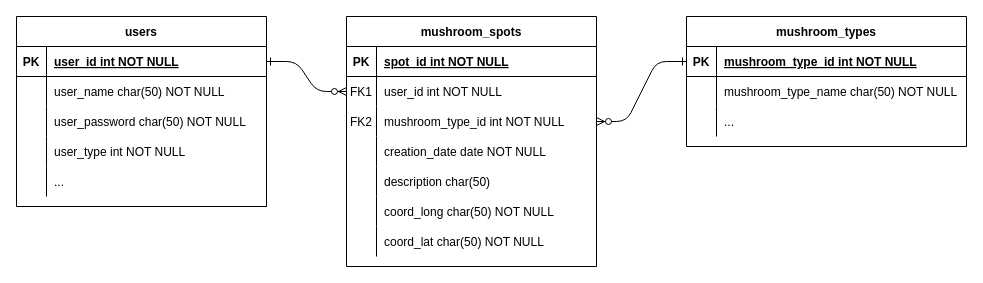
This is mushmap_db.drawio from dalibormrska/foraging_map, a draw.io file, before an edit. Source tidied: cells renumbered, new cells numbered last; positions are measured from the earlier drawing's top-left corner, leaving out a move shared by most shapes. Both pictures are drawn from the tidied source at 100%, with x=0, y=0 at pixel (16, 16).
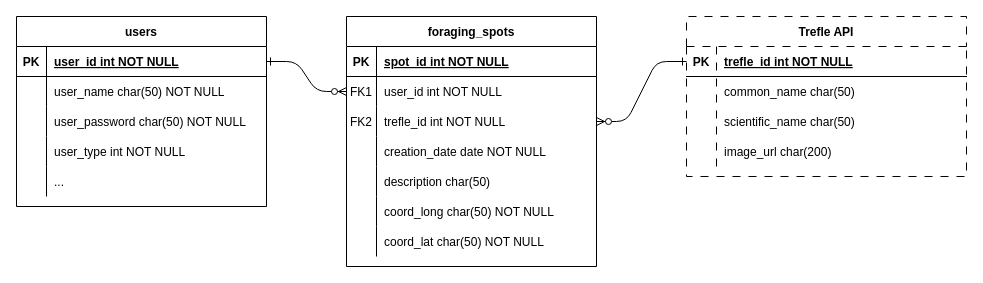
Above is the later version.

Unchanged cells that the change refers to:
```xml
<mxCell id="10" style="shape=partialRectangle;fillColor=none;points=[[0,0.5],[1,0.5]];portConstraint=eastwest;top=0;left=0;right=0;bottom=0;" parent="3" vertex="1">
  <mxGeometry y="90" width="250" height="30" as="geometry" />
</mxCell>
<mxCell id="26" style="shape=partialRectangle;fillColor=none;points=[[0,0.5],[1,0.5]];portConstraint=eastwest;top=0;left=0;right=0;bottom=1;" parent="25" vertex="1">
  <mxGeometry y="30" width="280" height="30" as="geometry" />
</mxCell>
<mxCell id="29" style="shape=partialRectangle;fillColor=none;top=0;left=0;right=0;bottom=0;" parent="25" vertex="1">
  <mxGeometry y="60" width="280" height="30" as="geometry" />
</mxCell>
```

What changed in the source:
```diff
@@
-    <mxCell id="3" value="mushroom_spots" style="shape=table;startSize=30;childLayout=tableLayout;rowLines=0;fontStyle=1;align=center;" parent="1" vertex="1">
+    <mxCell id="3" value="foraging_spots" style="shape=table;startSize=30;childLayout=tableLayout;rowLines=0;fontStyle=1;align=center;" parent="1" vertex="1">
       <mxGeometry x="330" width="250" height="250" as="geometry" />
     </mxCell>
@@
-    <mxCell id="12" value="mushroom_type_id int NOT NULL" style="shape=partialRectangle;overflow=hidden;fillColor=none;top=0;left=0;bottom=0;right=0;align=left;spacingLeft=6;strokeWidth=1;" parent="10" vertex="1">
+    <mxCell id="12" value="trefle_id int NOT NULL" style="shape=partialRectangle;overflow=hidden;fillColor=none;top=0;left=0;bottom=0;right=0;align=left;spacingLeft=6;strokeWidth=1;" parent="10" vertex="1">
       <mxGeometry x="30" width="220" height="30" as="geometry" />
     </mxCell>
@@
-    <mxCell id="25" value="mushroom_types" style="shape=table;startSize=30;childLayout=tableLayout;rowLines=0;fontStyle=1;align=center;" parent="1" vertex="1">
-      <mxGeometry x="670" width="280" height="130" as="geometry" />
+    <mxCell id="25" value="Trefle API" style="shape=table;startSize=30;childLayout=tableLayout;rowLines=0;fontStyle=1;align=center;fillStyle=dots;fillColor=default;dashed=1;dashPattern=8 8;" parent="1" vertex="1">
+      <mxGeometry x="670" width="280" height="160" as="geometry" />
     </mxCell>
@@
-    <mxCell id="28" value="mushroom_type_id int NOT NULL " style="shape=partialRectangle;overflow=hidden;fillColor=none;top=0;left=0;bottom=0;right=0;align=left;spacingLeft=6;fontStyle=5;" parent="26" vertex="1">
+    <mxCell id="28" value="trefle_id int NOT NULL " style="shape=partialRectangle;overflow=hidden;fillColor=none;top=0;left=0;bottom=0;right=0;align=left;spacingLeft=6;fontStyle=5;" parent="26" vertex="1">
       <mxGeometry x="30" width="250" height="30" as="geometry" />
     </mxCell>
@@
-    <mxCell id="31" value="mushroom_type_name char(50) NOT NULL" style="shape=partialRectangle;overflow=hidden;fillColor=none;top=0;left=0;bottom=0;right=0;align=left;spacingLeft=6;" parent="29" vertex="1">
+    <mxCell id="31" value="common_name char(50) " style="shape=partialRectangle;overflow=hidden;fillColor=none;top=0;left=0;bottom=0;right=0;align=left;spacingLeft=6;" parent="29" vertex="1">
       <mxGeometry x="30" width="250" height="30" as="geometry" />
     </mxCell>
+    <mxCell id="52" style="shape=partialRectangle;fillColor=none;top=0;left=0;right=0;bottom=0;" parent="25" vertex="1">
+      <mxGeometry y="90" width="280" height="30" as="geometry" />
+    </mxCell>
+    <mxCell id="53" style="shape=partialRectangle;overflow=hidden;fillColor=none;top=0;left=0;bottom=0;right=0;" parent="52" vertex="1">
+      <mxGeometry width="30" height="30" as="geometry" />
+    </mxCell>
+    <mxCell id="54" value="scientific_name char(50) " style="shape=partialRectangle;overflow=hidden;fillColor=none;top=0;left=0;bottom=0;right=0;align=left;spacingLeft=6;" parent="52" vertex="1">
+      <mxGeometry x="30" width="250" height="30" as="geometry" />
+    </mxCell>
     <mxCell id="32" style="shape=partialRectangle;fillColor=none;top=0;left=0;right=0;bottom=0;" parent="25" vertex="1">
-      <mxGeometry y="90" width="280" height="30" as="geometry" />
+      <mxGeometry y="120" width="280" height="30" as="geometry" />
     </mxCell>
@@
-    <mxCell id="34" value="..." style="shape=partialRectangle;overflow=hidden;fillColor=none;top=0;left=0;bottom=0;right=0;align=left;spacingLeft=6;" parent="32" vertex="1">
+    <mxCell id="34" value="image_url char(200) " style="shape=partialRectangle;overflow=hidden;fillColor=none;top=0;left=0;bottom=0;right=0;align=left;spacingLeft=6;" parent="32" vertex="1">
       <mxGeometry x="30" width="250" height="30" as="geometry" />
     </mxCell>
```
